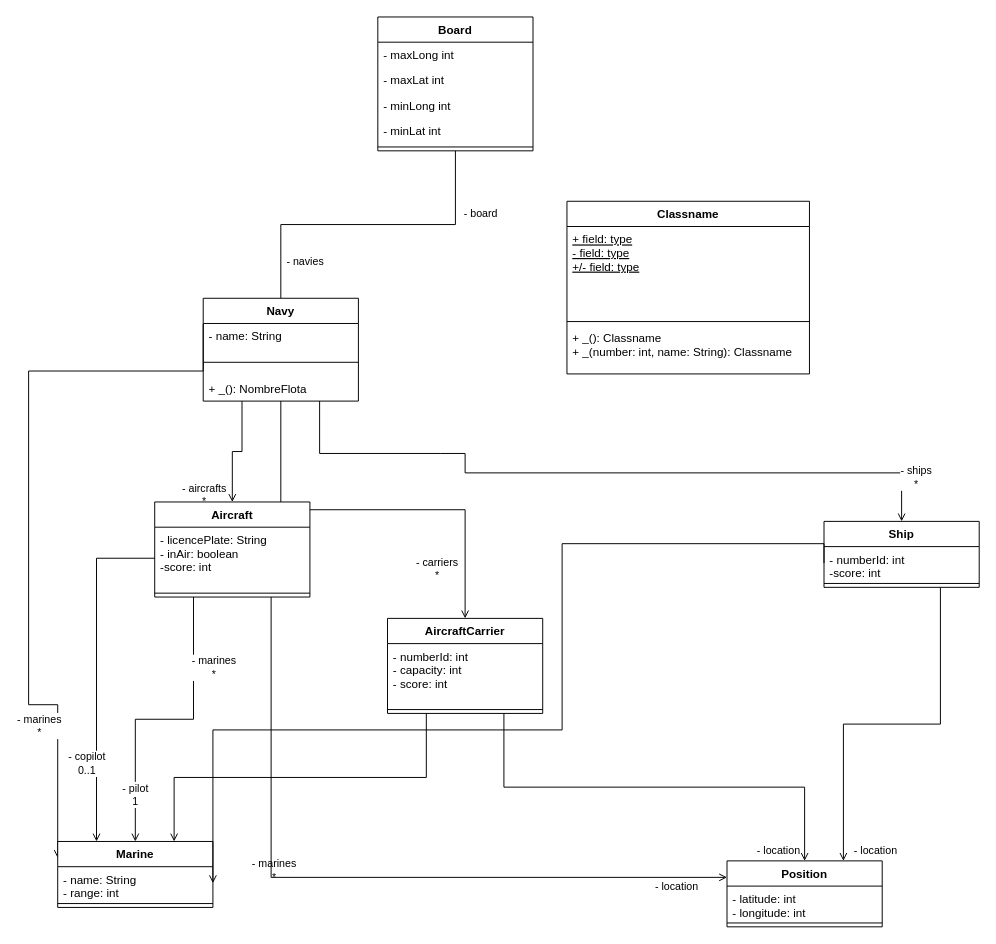
This is BatallaNaval.drawio from RostyCrack/Lab1, a draw.io file, before an edit. Source tidied: cells renumbered, new cells numbered last; positions are measured from the earlier drawing's top-left corner, leaving out a move shared by most shapes. Both pictures are drawn from the tidied source at 97%, with x=0, y=0 at pixel (28, 16).
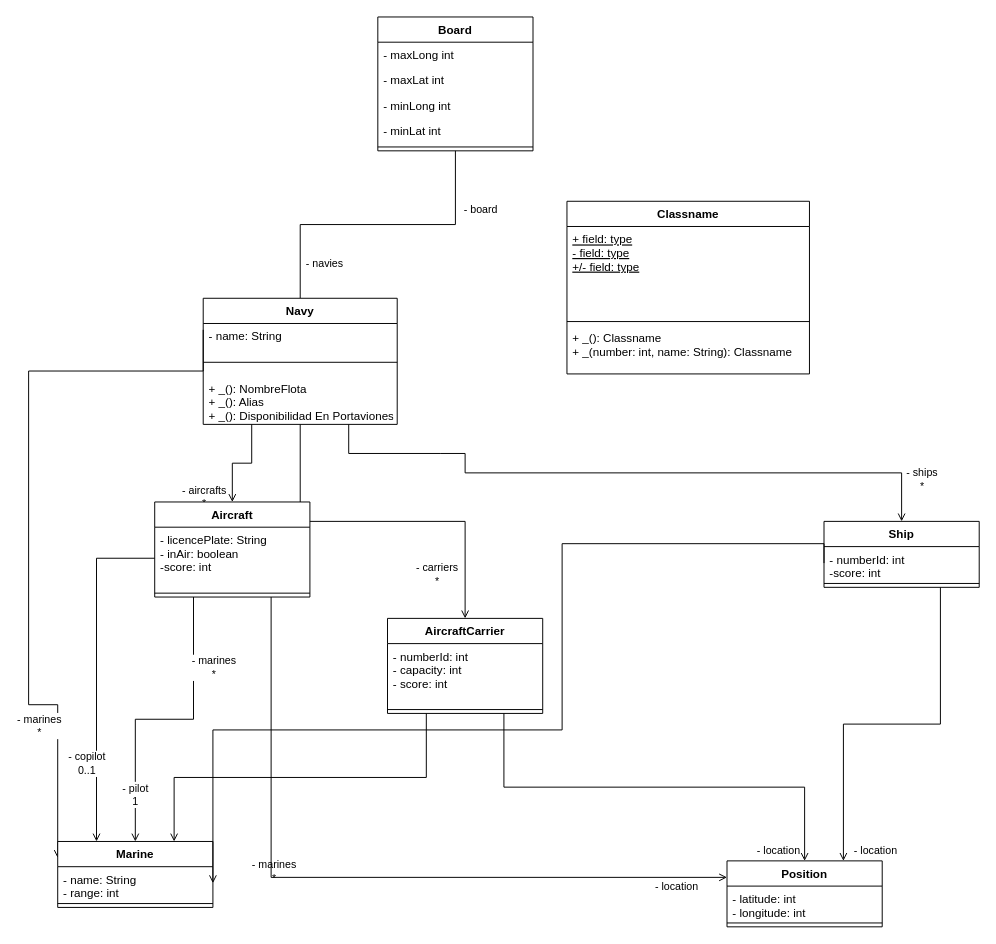
Above is the later version.

Diff of the diagram source:
```diff
@@
     <mxCell id="18" value="Navy" style="swimlane;fontStyle=1;align=center;verticalAlign=top;horizontal=1;startSize=26;" parent="1" vertex="1">
-      <mxGeometry x="180" y="290" width="160" height="106" as="geometry" />
+      <mxGeometry x="180" y="290" width="200" height="130" as="geometry" />
     </mxCell>
     <mxCell id="19" value="- name: String" style="text;strokeColor=none;fillColor=none;align=left;verticalAlign=top;spacingLeft=4;spacingRight=4;overflow=hidden;" parent="18" vertex="1">
-      <mxGeometry y="26" width="160" height="26" as="geometry" />
+      <mxGeometry y="26" width="200" height="26" as="geometry" />
     </mxCell>
     <mxCell id="20" style="line;strokeWidth=1;fillColor=none;align=left;verticalAlign=middle;spacingTop=-1;spacingLeft=3;spacingRight=3;labelPosition=right;" parent="18" vertex="1">
-      <mxGeometry y="52" width="160" height="28" as="geometry" />
+      <mxGeometry y="52" width="200" height="28" as="geometry" />
     </mxCell>
-    <mxCell id="21" value="+ _(): NombreFlota" style="text;strokeColor=none;fillColor=none;align=left;verticalAlign=top;spacingLeft=4;spacingRight=4;overflow=hidden;" parent="18" vertex="1">
-      <mxGeometry y="80" width="160" height="26" as="geometry" />
+    <mxCell id="21" value="+ _(): NombreFlota&#10;+ _(): Alias&#10;+ _(): Disponibilidad En Portaviones&#10;" style="text;strokeColor=none;fillColor=none;align=left;verticalAlign=top;spacingLeft=4;spacingRight=4;overflow=hidden;" parent="18" vertex="1">
+      <mxGeometry y="80" width="200" height="50" as="geometry" />
     </mxCell>
```
